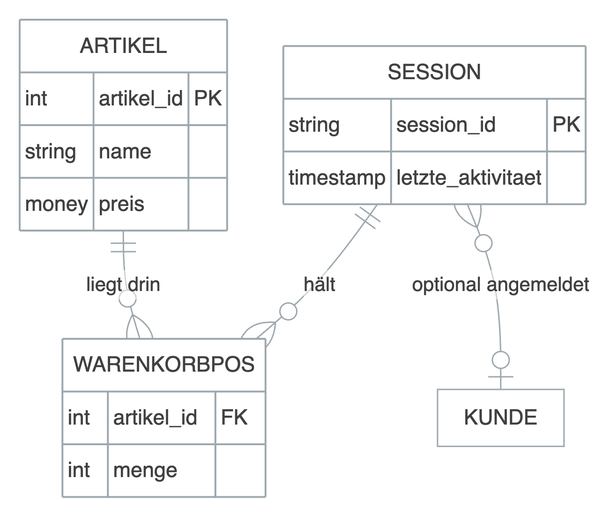
Above: slides/diagramme/02_shop_modell.png in swrobuts/BurgerMetrics (Mermaid), before the change. Its source is kept beside it as slides/diagramme/02_shop_modell.mmd.
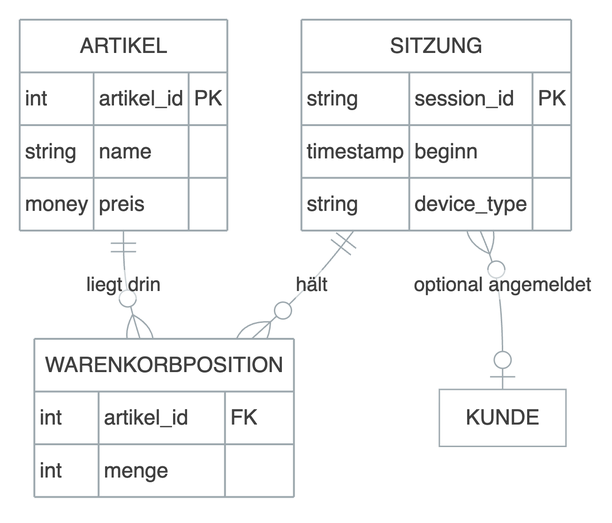
The same file after the commit.

What changed in the source:
```diff
@@ -1,13 +1,14 @@
 %%{init: {"er": {"nodeSpacing": 40, "rankSpacing": 56, "minEntityHeight": 42, "minEntityWidth": 90, "entityPadding": 12, "diagramPadding": 6}}}%%
 erDiagram
-    SESSION   ||--o{ WARENKORBPOS : "hält"
-    ARTIKEL   ||--o{ WARENKORBPOS : "liegt drin"
-    SESSION   }o--o| KUNDE        : "optional angemeldet"
-    SESSION {
+    SITZUNG   ||--o{ WARENKORBPOSITION : "hält"
+    ARTIKEL   ||--o{ WARENKORBPOSITION : "liegt drin"
+    SITZUNG   }o--o| KUNDE : "optional angemeldet"
+    SITZUNG {
         string session_id PK
-        timestamp letzte_aktivitaet
+        timestamp beginn
+        string device_type
     }
-    WARENKORBPOS {
+    WARENKORBPOSITION {
         int    artikel_id FK
         int    menge
     }
```
